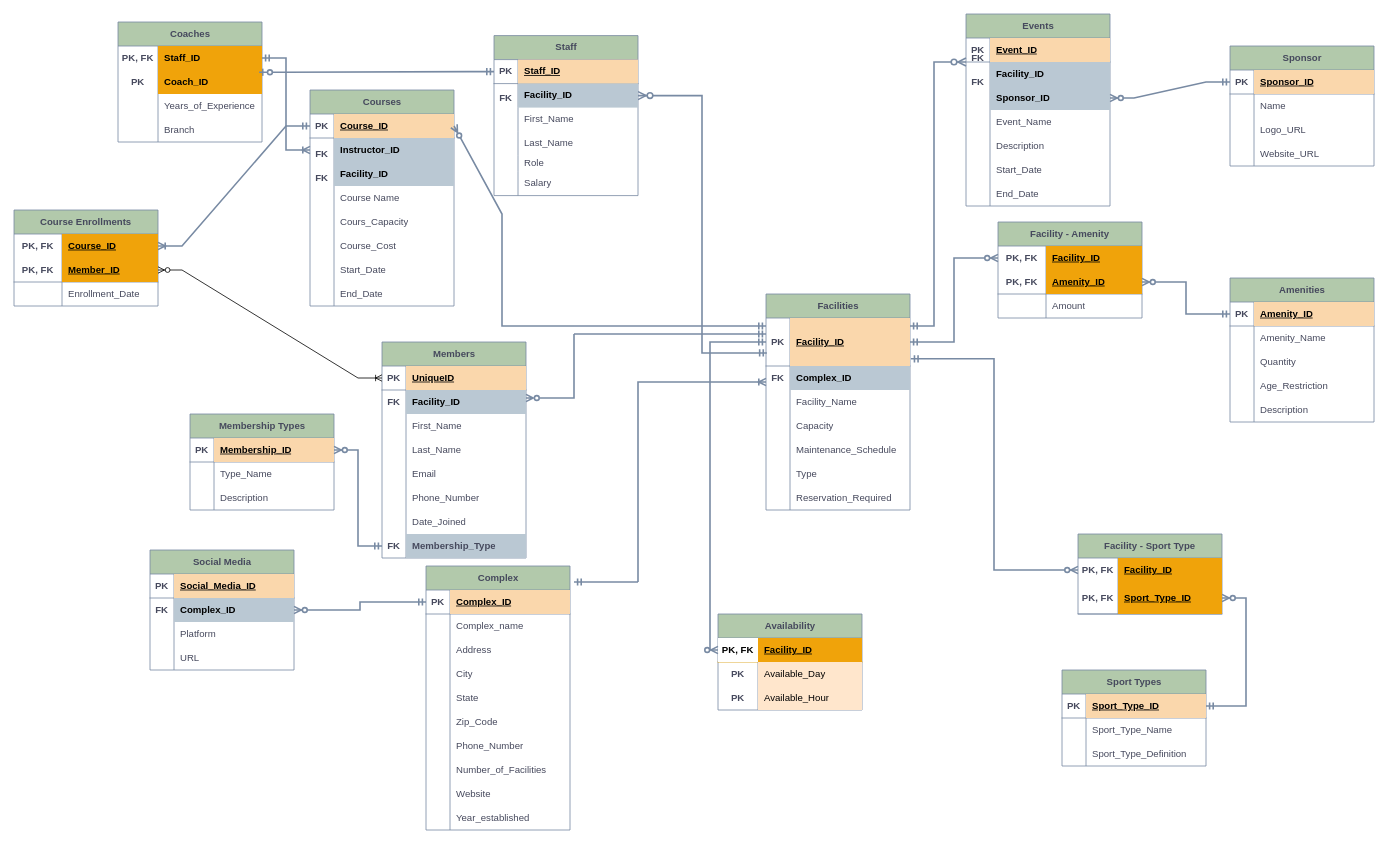
Above: cardinality/cardinality.drawio in PloKoon68/Sport-Complexes-Management-System-Database (draw.io), before the change. Source tidied: cells renumbered, new cells numbered last; positions are measured from the earlier drawing's top-left corner, leaving out a move shared by most shapes. Both pictures are drawn from the tidied source at 80%, with x=0, y=0 at pixel (14, 14).
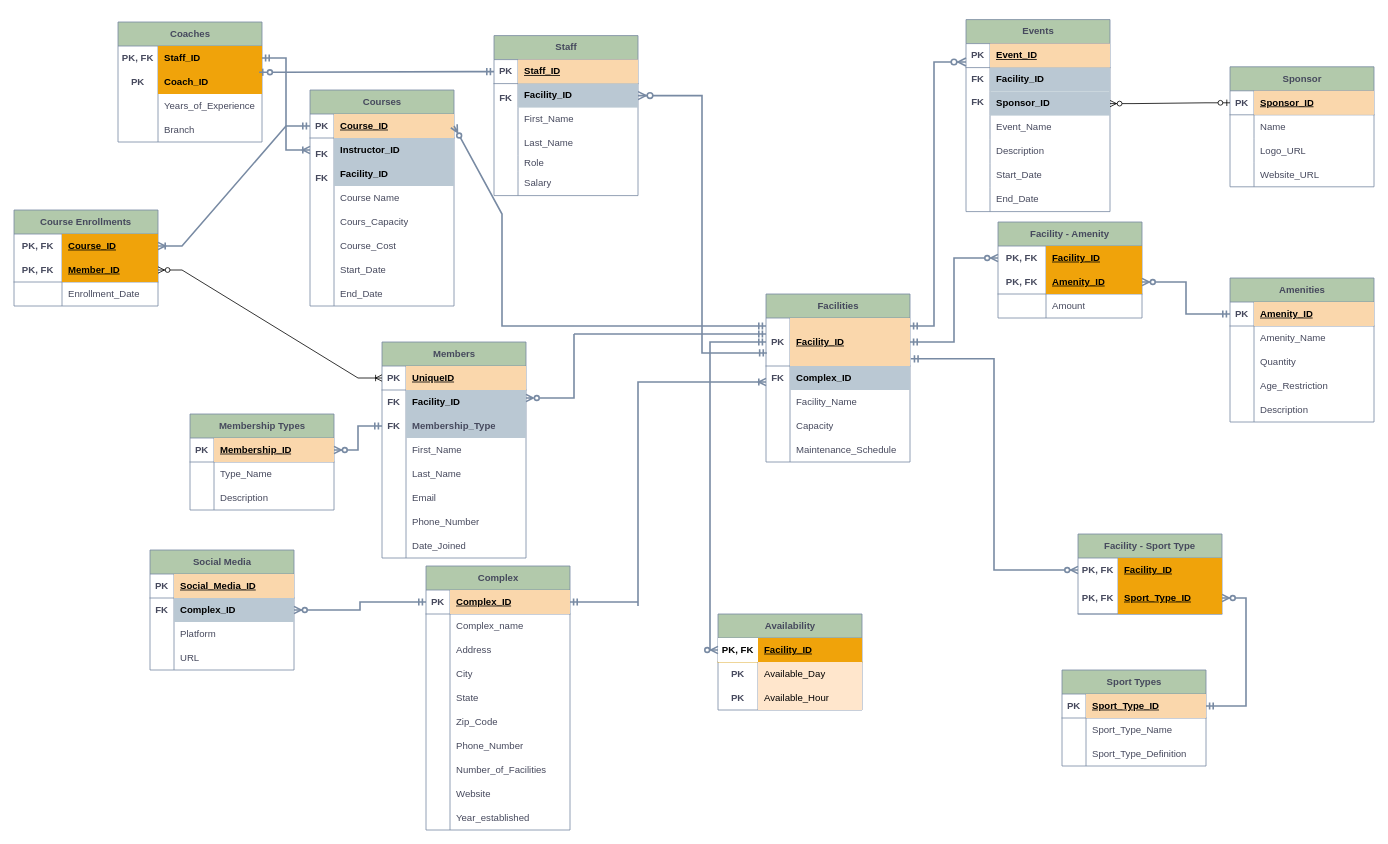
The same diagram, later.

Unchanged cells that the change refers to:
```xml
<mxCell id="3" style="shape=tableRow;horizontal=0;startSize=0;swimlaneHead=0;swimlaneBody=0;fillColor=none;points=[[0,0.5],[1,0.5]];portConstraint=eastwest;top=0;left=0;right=0;bottom=1;strokeColor=#788AA3;fontColor=#46495D;labelBackgroundColor=none;" parent="2" vertex="1">
  <mxGeometry y="30" width="180" height="30" as="geometry" />
</mxCell>
<mxCell id="104" value="Members" style="shape=table;startSize=30;childLayout=tableLayout;rowLines=0;fontStyle=1;align=center;html=1;strokeColor=#788AA3;fontColor=#46495D;fillColor=#B2C9AB;labelBackgroundColor=none;" parent="1" vertex="1">
  <mxGeometry x="460" y="410" width="180" height="270" as="geometry" />
</mxCell>
<mxCell id="183" style="shape=tableRow;horizontal=0;startSize=0;swimlaneHead=0;swimlaneBody=0;fillColor=none;points=[[0,0.5],[1,0.5]];portConstraint=eastwest;top=0;left=0;right=0;bottom=0;strokeColor=#788AA3;fontColor=#46495D;labelBackgroundColor=none;" parent="176" vertex="1">
  <mxGeometry y="90" width="180" height="30" as="geometry" />
</mxCell>
<mxCell id="201" style="shape=tableRow;horizontal=0;startSize=0;swimlaneHead=0;swimlaneBody=0;fillColor=none;points=[[0,0.5],[1,0.5]];portConstraint=eastwest;top=0;left=0;right=0;bottom=1;strokeColor=#788AA3;fontColor=#46495D;labelBackgroundColor=none;" parent="200" vertex="1">
  <mxGeometry y="30" width="180" height="30" as="geometry" />
</mxCell>
```

What changed in the source:
```diff
@@
     <mxCell id="81" value="Facilities" style="shape=table;startSize=30;childLayout=tableLayout;rowLines=0;fontStyle=1;align=center;html=1;labelBackgroundColor=none;fillColor=#B2C9AB;strokeColor=#788AA3;fontColor=#46495D;" parent="1" vertex="1">
-      <mxGeometry x="940" y="350" width="180" height="270" as="geometry" />
+      <mxGeometry x="940" y="350" width="180" height="210" as="geometry" />
     </mxCell>
@@
-    <mxCell id="97" style="shape=tableRow;horizontal=0;startSize=0;swimlaneHead=0;swimlaneBody=0;fillColor=none;top=0;left=0;right=0;bottom=0;labelBackgroundColor=none;strokeColor=#788AA3;fontColor=#46495D;" parent="81" vertex="1">
-      <mxGeometry y="210" width="180" height="30" as="geometry" />
-    </mxCell>
-    <mxCell id="98" style="shape=partialRectangle;fillColor=none;top=0;left=0;bottom=0;right=0;overflow=hidden;whiteSpace=wrap;html=1;labelBackgroundColor=none;strokeColor=#788AA3;fontColor=#46495D;" parent="97" vertex="1">
-      <mxGeometry width="30" height="30" as="geometry" />
-    </mxCell>
-    <mxCell id="99" value="Type" style="shape=partialRectangle;fillColor=none;top=0;left=0;bottom=0;right=0;align=left;spacingLeft=6;overflow=hidden;whiteSpace=wrap;html=1;labelBackgroundColor=none;strokeColor=#788AA3;fontColor=#46495D;" parent="97" vertex="1">
-      <mxGeometry x="30" width="150" height="30" as="geometry" />
-    </mxCell>
-    <mxCell id="100" style="shape=tableRow;horizontal=0;startSize=0;swimlaneHead=0;swimlaneBody=0;fillColor=none;top=0;left=0;right=0;bottom=0;labelBackgroundColor=none;strokeColor=#788AA3;fontColor=#46495D;" parent="81" vertex="1">
-      <mxGeometry y="240" width="180" height="30" as="geometry" />
-    </mxCell>
-    <mxCell id="101" style="shape=partialRectangle;fillColor=none;top=0;left=0;bottom=0;right=0;overflow=hidden;whiteSpace=wrap;html=1;labelBackgroundColor=none;strokeColor=#788AA3;fontColor=#46495D;" parent="100" vertex="1">
-      <mxGeometry width="30" height="30" as="geometry" />
-    </mxCell>
-    <mxCell id="102" value="Reservation_Required" style="shape=partialRectangle;fillColor=none;top=0;left=0;bottom=0;right=0;align=left;spacingLeft=6;overflow=hidden;whiteSpace=wrap;html=1;labelBackgroundColor=none;strokeColor=#788AA3;fontColor=#46495D;" parent="100" vertex="1">
-      <mxGeometry x="30" width="150" height="30" as="geometry" />
-    </mxCell>
@@
+    <mxCell id="126" style="shape=tableRow;horizontal=0;startSize=0;swimlaneHead=0;swimlaneBody=0;fillColor=none;points=[[0,0.5],[1,0.5]];portConstraint=eastwest;top=0;left=0;right=0;bottom=0;strokeColor=#788AA3;fontColor=#46495D;labelBackgroundColor=none;" parent="104" vertex="1">
+      <mxGeometry y="90" width="180" height="30" as="geometry" />
+    </mxCell>
+    <mxCell id="127" style="shape=partialRectangle;fillColor=none;top=0;left=0;bottom=0;right=0;overflow=hidden;whiteSpace=wrap;html=1;strokeColor=#788AA3;fontColor=#46495D;labelBackgroundColor=none;" parent="126" vertex="1">
+      <mxGeometry width="30" height="30" as="geometry" />
+    </mxCell>
+    <mxCell id="128" value="&lt;b&gt;Membership_Type&lt;/b&gt;" style="shape=partialRectangle;fillColor=#BAC8D3;top=0;left=0;bottom=0;right=0;align=left;spacingLeft=6;overflow=hidden;whiteSpace=wrap;html=1;strokeColor=#788AA3;fontColor=#46495D;labelBackgroundColor=#BAC8D3;" parent="126" vertex="1">
+      <mxGeometry x="30" width="150" height="30" as="geometry" />
+    </mxCell>
     <mxCell id="111" style="shape=tableRow;horizontal=0;startSize=0;swimlaneHead=0;swimlaneBody=0;fillColor=none;top=0;left=0;right=0;bottom=0;strokeColor=#788AA3;fontColor=#46495D;labelBackgroundColor=none;" parent="104" vertex="1">
-      <mxGeometry y="90" width="180" height="30" as="geometry" />
+      <mxGeometry y="120" width="180" height="30" as="geometry" />
     </mxCell>
@@
     <mxCell id="114" style="shape=tableRow;horizontal=0;startSize=0;swimlaneHead=0;swimlaneBody=0;fillColor=none;top=0;left=0;right=0;bottom=0;strokeColor=#788AA3;fontColor=#46495D;labelBackgroundColor=none;" parent="104" vertex="1">
-      <mxGeometry y="120" width="180" height="30" as="geometry" />
+      <mxGeometry y="150" width="180" height="30" as="geometry" />
     </mxCell>
@@
     <mxCell id="117" style="shape=tableRow;horizontal=0;startSize=0;swimlaneHead=0;swimlaneBody=0;fillColor=none;top=0;left=0;right=0;bottom=0;strokeColor=#788AA3;fontColor=#46495D;labelBackgroundColor=none;" parent="104" vertex="1">
-      <mxGeometry y="150" width="180" height="30" as="geometry" />
+      <mxGeometry y="180" width="180" height="30" as="geometry" />
     </mxCell>
@@
     <mxCell id="120" style="shape=tableRow;horizontal=0;startSize=0;swimlaneHead=0;swimlaneBody=0;fillColor=none;top=0;left=0;right=0;bottom=0;strokeColor=#788AA3;fontColor=#46495D;labelBackgroundColor=none;" parent="104" vertex="1">
-      <mxGeometry y="180" width="180" height="30" as="geometry" />
+      <mxGeometry y="210" width="180" height="30" as="geometry" />
     </mxCell>
@@
     <mxCell id="123" style="shape=tableRow;horizontal=0;startSize=0;swimlaneHead=0;swimlaneBody=0;fillColor=none;top=0;left=0;right=0;bottom=0;strokeColor=#788AA3;fontColor=#46495D;labelBackgroundColor=none;" parent="104" vertex="1">
-      <mxGeometry y="210" width="180" height="30" as="geometry" />
+      <mxGeometry y="240" width="180" height="30" as="geometry" />
     </mxCell>
@@
-    <mxCell id="126" style="shape=tableRow;horizontal=0;startSize=0;swimlaneHead=0;swimlaneBody=0;fillColor=none;points=[[0,0.5],[1,0.5]];portConstraint=eastwest;top=0;left=0;right=0;bottom=0;strokeColor=#788AA3;fontColor=#46495D;labelBackgroundColor=none;" parent="104" vertex="1">
-      <mxGeometry y="240" width="180" height="30" as="geometry" />
-    </mxCell>
-    <mxCell id="127" style="shape=partialRectangle;fillColor=none;top=0;left=0;bottom=0;right=0;overflow=hidden;whiteSpace=wrap;html=1;strokeColor=#788AA3;fontColor=#46495D;labelBackgroundColor=none;" parent="126" vertex="1">
-      <mxGeometry width="30" height="30" as="geometry" />
-    </mxCell>
-    <mxCell id="128" value="&lt;b&gt;Membership_Type&lt;/b&gt;" style="shape=partialRectangle;fillColor=#BAC8D3;top=0;left=0;bottom=0;right=0;align=left;spacingLeft=6;overflow=hidden;whiteSpace=wrap;html=1;strokeColor=#788AA3;fontColor=#46495D;labelBackgroundColor=#BAC8D3;" parent="126" vertex="1">
-      <mxGeometry x="30" width="150" height="30" as="geometry" />
-    </mxCell>
@@
     <mxCell id="176" value="Events" style="shape=table;startSize=30;childLayout=tableLayout;rowLines=0;fontStyle=1;align=center;html=1;strokeColor=#788AA3;fontColor=#46495D;fillColor=#B2C9AB;labelBackgroundColor=none;" parent="1" vertex="1">
-      <mxGeometry x="1190" width="180" height="240" as="geometry" />
+      <mxGeometry x="1190" y="7" width="180" height="240" as="geometry" />
     </mxCell>
@@
     <mxCell id="198" value="FK" style="shape=partialRectangle;fillColor=none;top=0;left=0;bottom=0;right=0;fontStyle=1;overflow=hidden;whiteSpace=wrap;html=1;labelBackgroundColor=none;strokeColor=#788AA3;fontColor=#46495D;" parent="1" vertex="1">
-      <mxGeometry x="1180" y="40" width="50" height="30" as="geometry" />
+      <mxGeometry x="1180" y="66" width="50" height="30" as="geometry" />
     </mxCell>
     <mxCell id="199" value="FK" style="shape=partialRectangle;fillColor=none;top=0;left=0;bottom=0;right=0;fontStyle=1;overflow=hidden;whiteSpace=wrap;html=1;labelBackgroundColor=none;strokeColor=#788AA3;fontColor=#46495D;" parent="1" vertex="1">
-      <mxGeometry x="1190" y="70" width="30" height="30" as="geometry" />
+      <mxGeometry x="1190" y="95" width="30" height="30" as="geometry" />
     </mxCell>
     <mxCell id="200" value="Sponsor" style="shape=table;startSize=30;childLayout=tableLayout;rowLines=0;fontStyle=1;align=center;html=1;strokeColor=#788AA3;fontColor=#46495D;fillColor=#B2C9AB;labelBackgroundColor=none;" parent="1" vertex="1">
-      <mxGeometry x="1520" y="40" width="180" height="150" as="geometry" />
+      <mxGeometry x="1520" y="66" width="180" height="150" as="geometry" />
     </mxCell>
@@
-    <mxCell id="213" style="edgeStyle=entityRelationEdgeStyle;fontSize=12;html=1;endArrow=ERzeroToMany;startArrow=ERmandOne;rounded=0;strokeColor=#788AA3;fontColor=default;fillColor=#B2C9AB;exitX=0;exitY=0.5;exitDx=0;exitDy=0;labelBackgroundColor=none;strokeWidth=2;" parent="1" edge="1" source="201" target="183">
-      <mxGeometry relative="1" as="geometry" />
-    </mxCell>
@@
     <mxCell id="279" value="FK" style="shape=partialRectangle;fillColor=none;top=0;left=0;bottom=0;right=0;fontStyle=1;overflow=hidden;whiteSpace=wrap;html=1;strokeColor=#788AA3;fontColor=#46495D;labelBackgroundColor=none;" parent="1" vertex="1">
-      <mxGeometry x="460" y="650" width="30" height="30" as="geometry" />
+      <mxGeometry x="460" y="500" width="30" height="30" as="geometry" />
     </mxCell>
@@
-    <mxCell id="284" style="endArrow=none;html=1;rounded=0;startArrow=ERmandOne;startFill=0;fillColor=#647687;strokeColor=#788AA3;strokeWidth=2;" parent="1" edge="1">
+    <mxCell id="284" style="endArrow=none;html=1;rounded=0;startArrow=ERmandOne;startFill=0;fillColor=#647687;strokeColor=#788AA3;strokeWidth=2;" parent="1" edge="1" source="3">
       <mxGeometry relative="1" as="geometry">
-        <mxPoint x="700" y="710" as="sourcePoint" />
-        <mxPoint x="780" y="710" as="targetPoint" />
+        <mxPoint x="780" y="735" as="targetPoint" />
       </mxGeometry>
     </mxCell>
     <mxCell id="285" style="endArrow=none;html=1;rounded=0;startArrow=ERoneToMany;startFill=0;fillColor=#647687;strokeColor=#788AA3;strokeWidth=2;" parent="1" edge="1">
       <mxGeometry relative="1" as="geometry">
         <mxPoint x="940" y="460" as="sourcePoint" />
-        <mxPoint x="780" y="710" as="targetPoint" />
+        <mxPoint x="780" y="740" as="targetPoint" />
         <Array as="points">
           <mxPoint x="780" y="460" />
         </Array>
       </mxGeometry>
     </mxCell>
@@
+    <mxCell id="213" style="edgeStyle=entityRelationEdgeStyle;fontSize=12;html=1;endArrow=ERzeroToMany;startArrow=ERzeroToOne;rounded=0;" parent="1" edge="1" source="201" target="183">
+      <mxGeometry relative="1" as="geometry" />
+    </mxCell>
```
